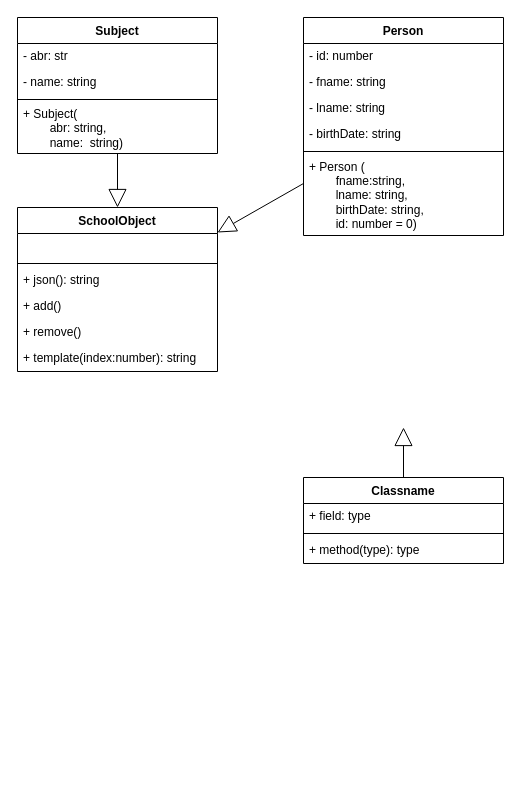
Earlier version of the draw.io diagram drafts/frontend.drawio (elma1989/teach). Source tidied: cells renumbered, new cells numbered last; positions are measured from the earlier drawing's top-left corner, leaving out a move shared by most shapes. Both pictures are drawn from the tidied source at 100%, with x=0, y=0 at pixel (17, 17).
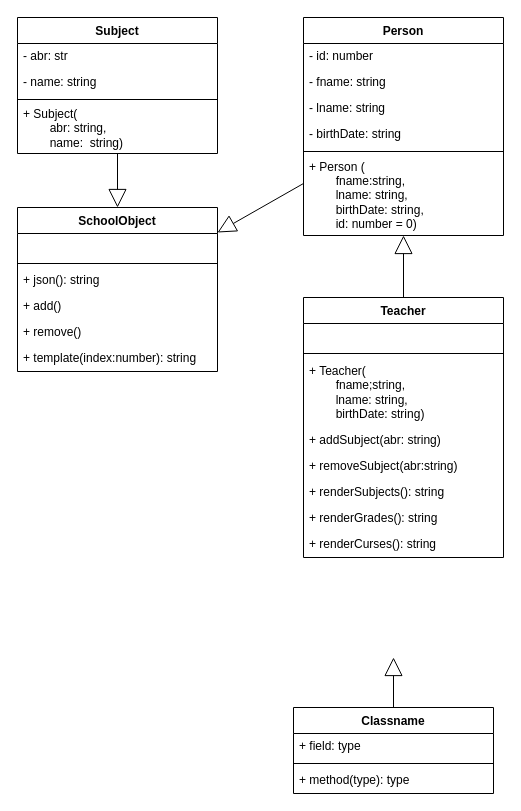
The same diagram, later.

The change refers to these unchanged cells:
```xml
<mxCell id="20" value="Person" style="swimlane;fontStyle=1;align=center;verticalAlign=top;horizontal=1;startSize=26;whiteSpace=wrap;html=1;" parent="1" vertex="1">
  <mxGeometry x="286" width="200" height="218" as="geometry" />
</mxCell>
```

Diff of the diagram source:
```diff
@@
     <mxCell id="2" value="Classname" style="swimlane;fontStyle=1;align=center;verticalAlign=top;horizontal=1;startSize=26;whiteSpace=wrap;html=1;" parent="1" vertex="1">
-      <mxGeometry x="286" y="460" width="200" height="86" as="geometry" />
+      <mxGeometry x="276" y="690" width="200" height="86" as="geometry" />
     </mxCell>
@@
     <mxCell id="6" style="endArrow=block;endSize=16;endFill=0;html=1;rounded=0;" parent="1" edge="1" source="2">
       <mxGeometry relative="1" as="geometry">
-        <mxPoint x="386" y="410" as="targetPoint" />
+        <mxPoint x="376" y="640" as="targetPoint" />
       </mxGeometry>
     </mxCell>
@@
+    <mxCell id="28" value="Teacher" style="swimlane;fontStyle=1;align=center;verticalAlign=top;horizontal=1;startSize=26;whiteSpace=wrap;html=1;" parent="1" vertex="1">
+      <mxGeometry x="286" y="280" width="200" height="260" as="geometry" />
+    </mxCell>
+    <mxCell id="29" value="&amp;nbsp;" style="text;strokeColor=none;fillColor=none;align=left;verticalAlign=middle;spacingLeft=4;spacingRight=4;overflow=hidden;whiteSpace=wrap;html=1;" parent="28" vertex="1">
+      <mxGeometry y="26" width="200" height="26" as="geometry" />
+    </mxCell>
+    <mxCell id="30" style="line;strokeWidth=1;fillColor=none;align=left;verticalAlign=middle;spacingTop=-1;spacingLeft=3;spacingRight=3;labelPosition=right;strokeColor=inherit;" parent="28" vertex="1">
+      <mxGeometry y="52" width="200" height="8" as="geometry" />
+    </mxCell>
+    <mxCell id="31" value="&lt;div&gt;+ Teacher(&lt;/div&gt;&lt;div&gt;&lt;span style=&quot;white-space: pre;&quot;&gt;&#9;&lt;/span&gt;fname;string,&lt;/div&gt;&lt;div&gt;&lt;span style=&quot;white-space: pre;&quot;&gt;&#9;&lt;/span&gt;lname: string,&lt;/div&gt;&lt;div&gt;&lt;span style=&quot;white-space: pre;&quot;&gt;&#9;&lt;/span&gt;birthDate: string)&lt;br&gt;&lt;/div&gt;" style="text;strokeColor=none;fillColor=none;align=left;verticalAlign=middle;spacingLeft=4;spacingRight=4;overflow=hidden;whiteSpace=wrap;html=1;" parent="28" vertex="1">
+      <mxGeometry y="60" width="200" height="70" as="geometry" />
+    </mxCell>
+    <mxCell id="32" value="+ addSubject(abr: string)" style="text;strokeColor=none;fillColor=none;align=left;verticalAlign=middle;spacingLeft=4;spacingRight=4;overflow=hidden;whiteSpace=wrap;html=1;" parent="28" vertex="1">
+      <mxGeometry y="130" width="200" height="26" as="geometry" />
+    </mxCell>
+    <mxCell id="33" value="+ removeSubject(abr:string)" style="text;strokeColor=none;fillColor=none;align=left;verticalAlign=middle;spacingLeft=4;spacingRight=4;overflow=hidden;whiteSpace=wrap;html=1;" parent="28" vertex="1">
+      <mxGeometry y="156" width="200" height="26" as="geometry" />
+    </mxCell>
+    <mxCell id="34" value="+ renderSubjects(): string" style="text;strokeColor=none;fillColor=none;align=left;verticalAlign=middle;spacingLeft=4;spacingRight=4;overflow=hidden;whiteSpace=wrap;html=1;" parent="28" vertex="1">
+      <mxGeometry y="182" width="200" height="26" as="geometry" />
+    </mxCell>
+    <mxCell id="35" value="+ renderGrades(): string" style="text;strokeColor=none;fillColor=none;align=left;verticalAlign=middle;spacingLeft=4;spacingRight=4;overflow=hidden;whiteSpace=wrap;html=1;" parent="28" vertex="1">
+      <mxGeometry y="208" width="200" height="26" as="geometry" />
+    </mxCell>
+    <mxCell id="36" value="+ renderCurses(): string" style="text;strokeColor=none;fillColor=none;align=left;verticalAlign=middle;spacingLeft=4;spacingRight=4;overflow=hidden;whiteSpace=wrap;html=1;" parent="28" vertex="1">
+      <mxGeometry y="234" width="200" height="26" as="geometry" />
+    </mxCell>
+    <mxCell id="37" style="endArrow=block;endSize=16;endFill=0;html=1;rounded=0;" parent="1" edge="1" source="28" target="20">
+      <mxGeometry relative="1" as="geometry" />
+    </mxCell>
```
